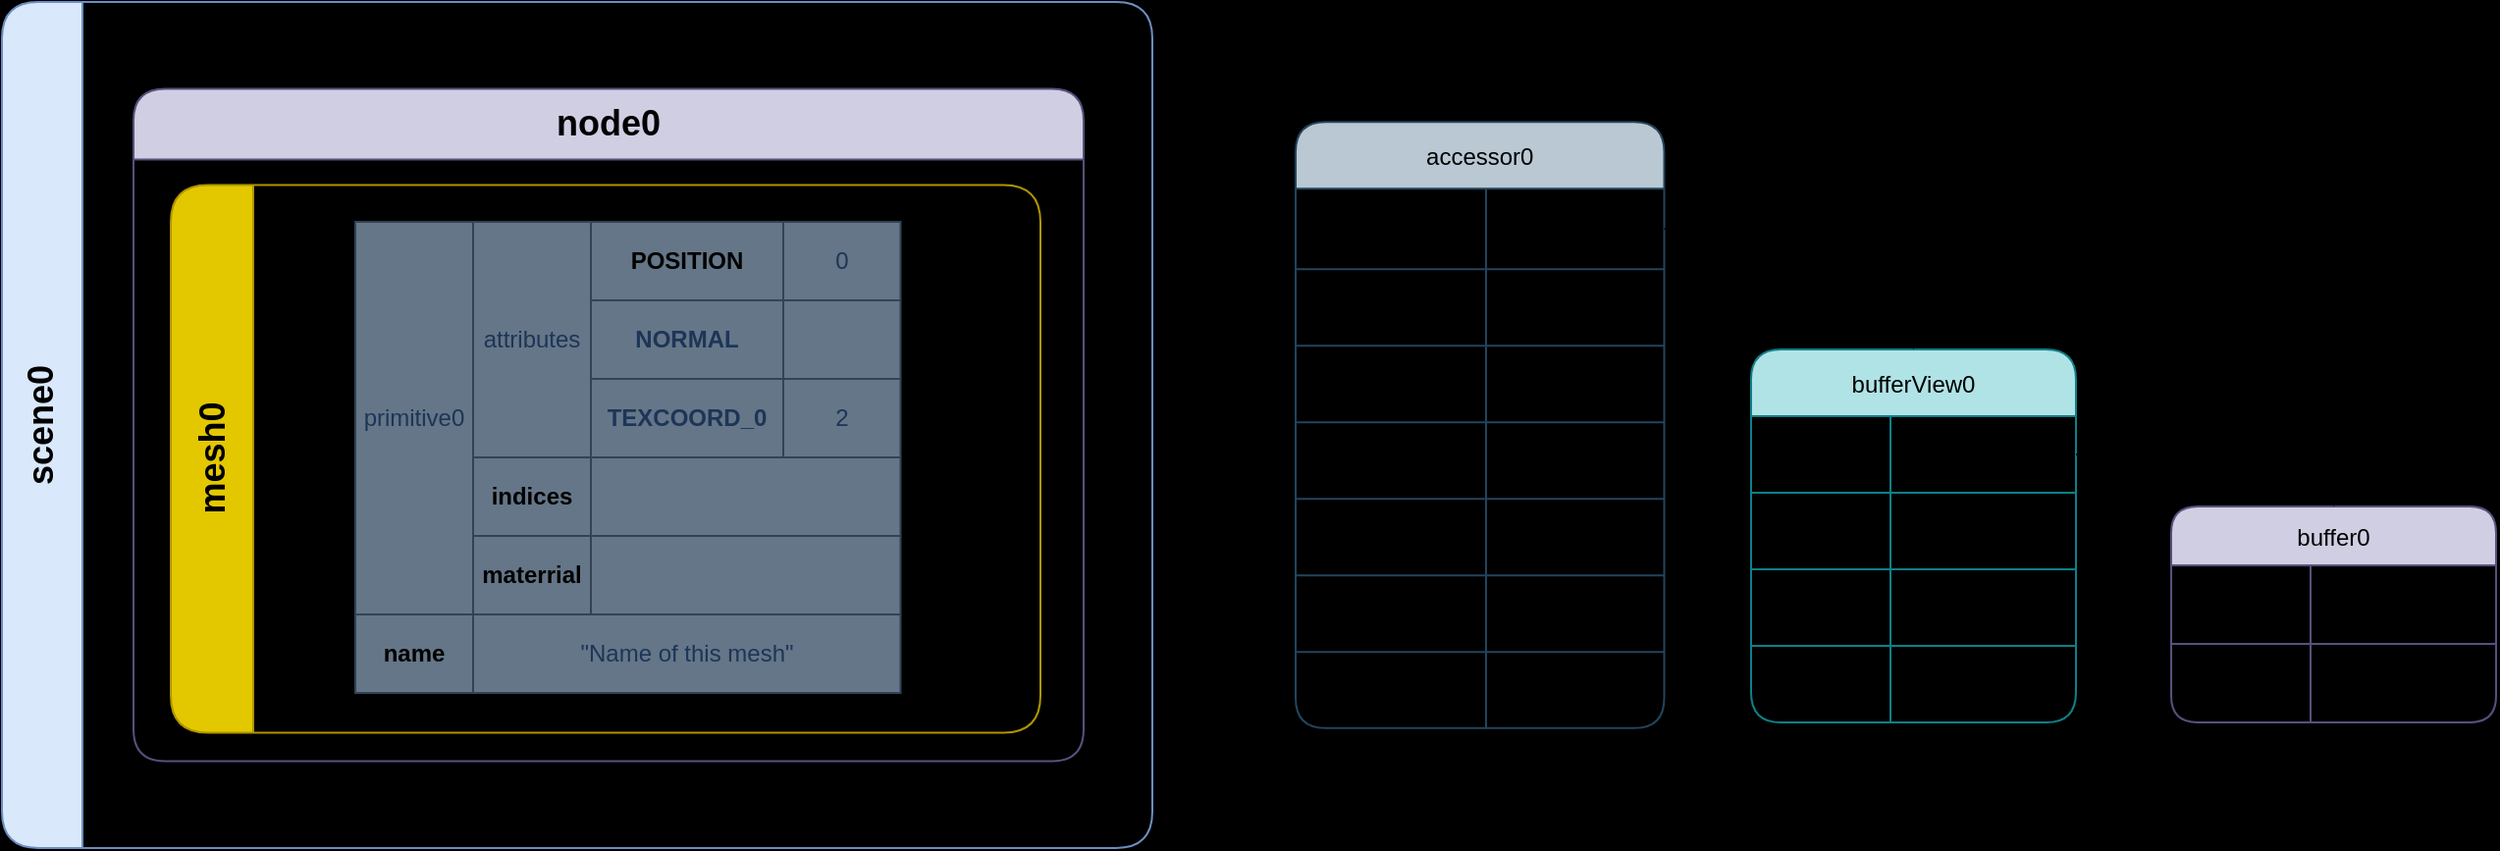
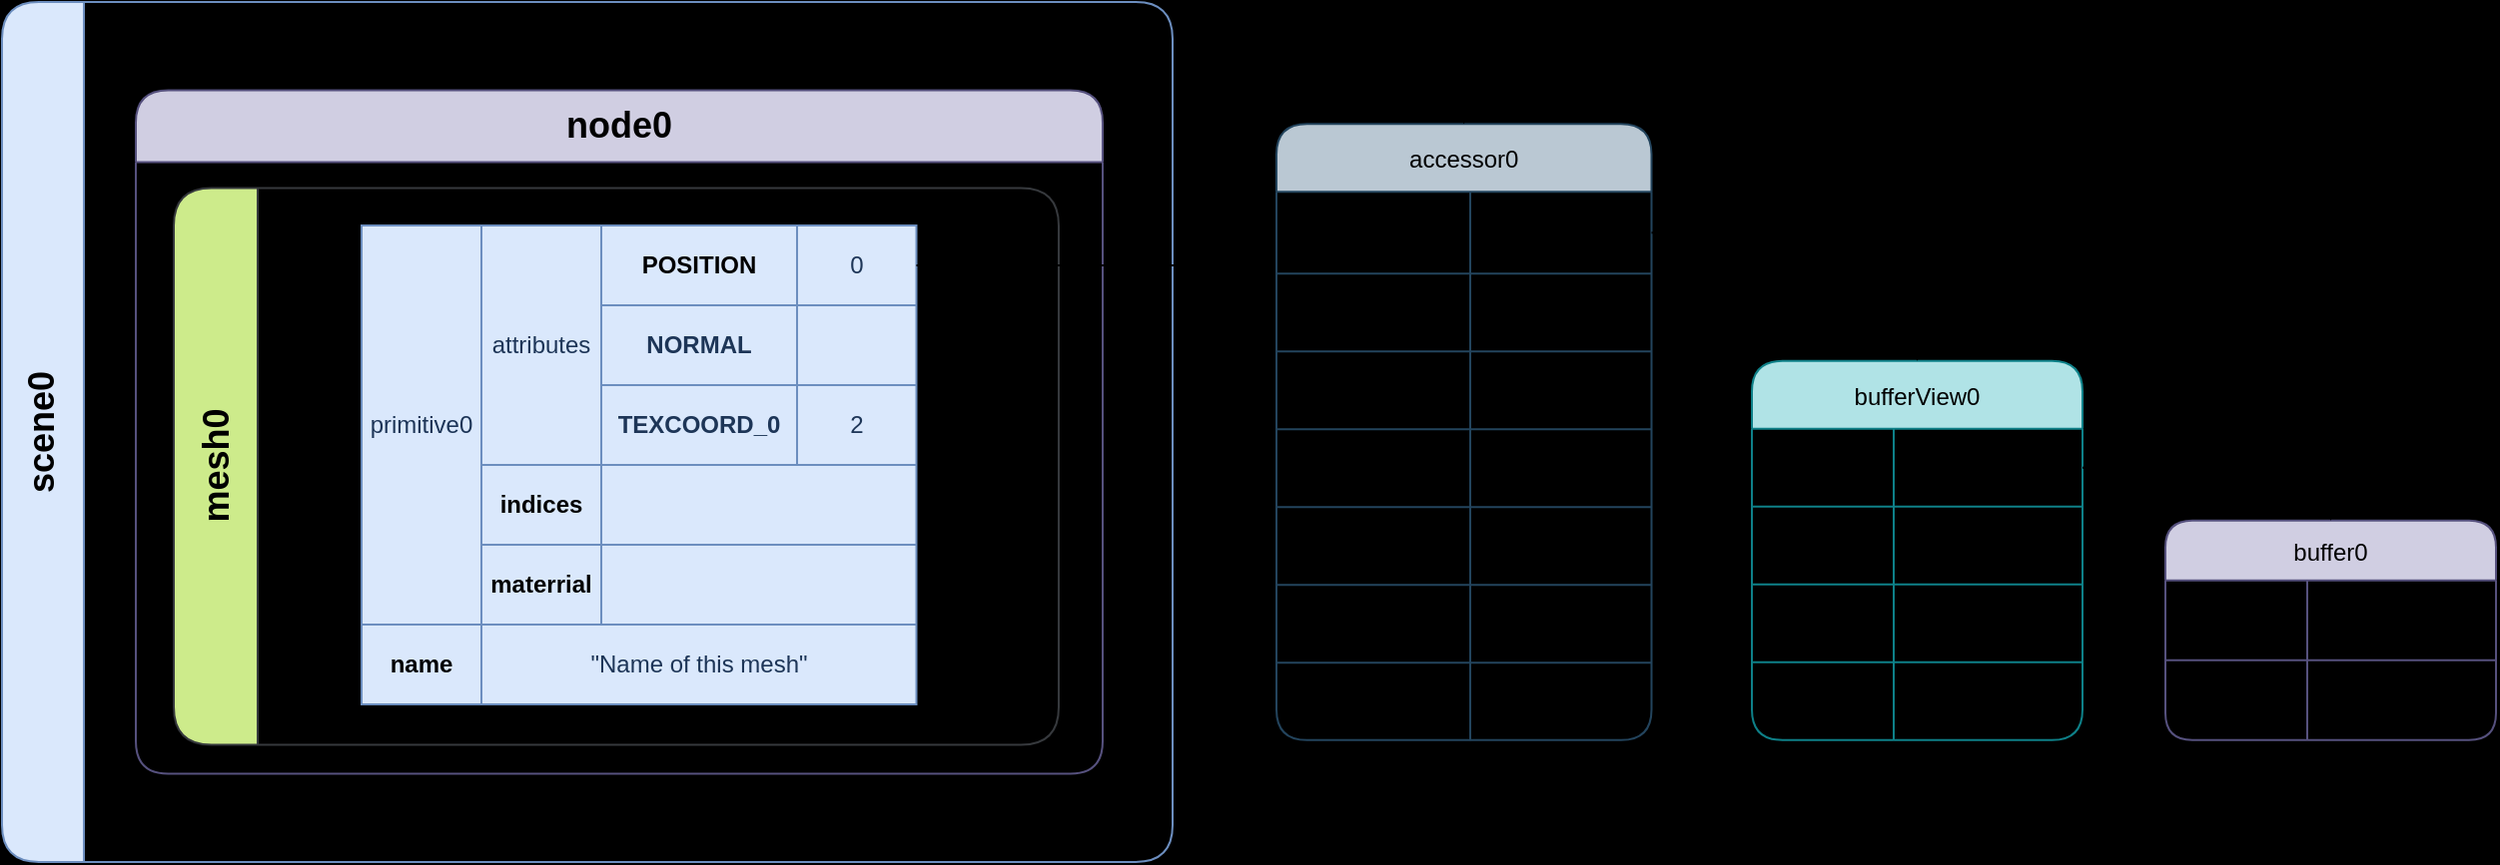
<mxfile host="app.diagrams.net">
  <diagram id="BZvedy4mBk2RI_J5c_5u" name="第 1 页">
-     <mxGraphModel dx="2672" dy="1342" grid="0" gridSize="10" guides="1" tooltips="1" connect="1" arrows="1" fold="1" page="0" pageScale="1" pageWidth="827" pageHeight="1169" background="light-dark(#000000,#2B2B2B)" math="0" shadow="0">
+     <mxGraphModel dx="2898" dy="1342" grid="0" gridSize="10" guides="1" tooltips="1" connect="1" arrows="1" fold="1" page="0" pageScale="1" pageWidth="827" pageHeight="1169" background="light-dark(#000000,#2B2B2B)" math="0" shadow="0">
      <root>
        <mxCell id="0" />
        <mxCell id="1" parent="0" />
        <mxCell id="-Ds3_SINnqwqFCvs20sv-1" parent="1" style="shape=table;startSize=30;container=1;collapsible=0;childLayout=tableLayout;fixedHeader=1;fillColor=#d0cee2;strokeColor=#56517e;rounded=1;fontColor=light-dark(#000000,#66FFB3);" value="buffer0" vertex="1">
-           <mxGeometry height="110" width="165.5" x="9" y="255" as="geometry" />
+           <mxGeometry height="110" width="165.5" x="-13" y="257.87" as="geometry" />
        </mxCell>
        <mxCell id="-Ds3_SINnqwqFCvs20sv-2" parent="-Ds3_SINnqwqFCvs20sv-1" style="shape=tableRow;horizontal=0;startSize=0;swimlaneHead=0;swimlaneBody=0;strokeColor=inherit;top=0;left=0;bottom=0;right=0;collapsible=0;dropTarget=0;fillColor=none;points=[[0,0.5],[1,0.5]];portConstraint=eastwest;fixedHeader=1;rounded=1;" value="" vertex="1">
          <mxGeometry height="40" width="165.5" y="30" as="geometry" />
        </mxCell>
        <mxCell id="-Ds3_SINnqwqFCvs20sv-3" parent="-Ds3_SINnqwqFCvs20sv-2" style="shape=partialRectangle;html=1;whiteSpace=wrap;connectable=0;strokeColor=inherit;overflow=hidden;fillColor=none;top=0;left=0;bottom=0;right=0;pointerEvents=1;align=center;rounded=1;fontColor=light-dark(#000000,#20C2B5);" value="uri" vertex="1">
          <mxGeometry height="40" width="71" as="geometry">
            <mxRectangle height="40" width="71" as="alternateBounds" />
          </mxGeometry>
        </mxCell>
        <mxCell id="-Ds3_SINnqwqFCvs20sv-4" parent="-Ds3_SINnqwqFCvs20sv-2" style="shape=partialRectangle;html=1;whiteSpace=wrap;connectable=0;strokeColor=inherit;overflow=hidden;fillColor=none;top=0;left=0;bottom=0;right=0;pointerEvents=1;rounded=1;fontColor=light-dark(#000000,#ACB7C4);" value="data:URL" vertex="1">
          <mxGeometry height="40" width="95" x="71" as="geometry">
            <mxRectangle height="40" width="95" as="alternateBounds" />
          </mxGeometry>
        </mxCell>
        <mxCell id="-Ds3_SINnqwqFCvs20sv-5" parent="-Ds3_SINnqwqFCvs20sv-1" style="shape=tableRow;horizontal=0;startSize=0;swimlaneHead=0;swimlaneBody=0;strokeColor=inherit;top=0;left=0;bottom=0;right=0;collapsible=0;dropTarget=0;fillColor=none;points=[[0,0.5],[1,0.5]];portConstraint=eastwest;fixedHeader=1;rounded=1;" value="" vertex="1">
          <mxGeometry height="40" width="165.5" y="70" as="geometry" />
        </mxCell>
        <mxCell id="-Ds3_SINnqwqFCvs20sv-6" parent="-Ds3_SINnqwqFCvs20sv-5" style="shape=partialRectangle;html=1;whiteSpace=wrap;connectable=0;strokeColor=inherit;overflow=hidden;fillColor=none;top=0;left=0;bottom=0;right=0;pointerEvents=1;align=center;rounded=1;fontColor=light-dark(#000000,#20C2B5);" value="byteLength" vertex="1">
          <mxGeometry height="40" width="71" as="geometry">
            <mxRectangle height="40" width="71" as="alternateBounds" />
          </mxGeometry>
        </mxCell>
        <mxCell id="-Ds3_SINnqwqFCvs20sv-7" parent="-Ds3_SINnqwqFCvs20sv-5" style="shape=partialRectangle;html=1;whiteSpace=wrap;connectable=0;strokeColor=inherit;overflow=hidden;fillColor=none;top=0;left=0;bottom=0;right=0;pointerEvents=1;rounded=1;fontColor=light-dark(#000000,#ACB7C4);" value="36" vertex="1">
          <mxGeometry height="40" width="95" x="71" as="geometry">
            <mxRectangle height="40" width="95" as="alternateBounds" />
          </mxGeometry>
        </mxCell>
        <mxCell id="IMBELnrVSliVJA-H-ImH-1" parent="1" style="shape=table;startSize=34;container=1;collapsible=0;childLayout=tableLayout;fixedHeader=1;fillColor=#b0e3e6;strokeColor=#0e8088;rounded=1;fontColor=light-dark(#000000,#66FFB3);" value="bufferView0" vertex="1">
-           <mxGeometry height="190" width="165.5" x="-205" y="175" as="geometry" />
+           <mxGeometry height="190" width="165.5" x="-220" y="177.87" as="geometry" />
        </mxCell>
        <mxCell id="IMBELnrVSliVJA-H-ImH-2" parent="IMBELnrVSliVJA-H-ImH-1" style="shape=tableRow;horizontal=0;startSize=0;swimlaneHead=0;swimlaneBody=0;strokeColor=inherit;top=0;left=0;bottom=0;right=0;collapsible=0;dropTarget=0;fillColor=none;points=[[0,0.5],[1,0.5]];portConstraint=eastwest;fixedHeader=1;rounded=1;" value="" vertex="1">
          <mxGeometry height="39" width="165.5" y="34" as="geometry" />
        </mxCell>
        <mxCell id="IMBELnrVSliVJA-H-ImH-3" parent="IMBELnrVSliVJA-H-ImH-2" style="shape=partialRectangle;html=1;whiteSpace=wrap;connectable=0;strokeColor=inherit;overflow=hidden;fillColor=none;top=0;left=0;bottom=0;right=0;pointerEvents=1;align=center;rounded=1;fontColor=light-dark(#000000,#20C2B5);" value="buffer" vertex="1">
          <mxGeometry height="39" width="71" as="geometry">
            <mxRectangle height="39" width="71" as="alternateBounds" />
          </mxGeometry>
        </mxCell>
        <mxCell id="IMBELnrVSliVJA-H-ImH-4" parent="IMBELnrVSliVJA-H-ImH-2" style="shape=partialRectangle;html=1;whiteSpace=wrap;connectable=0;strokeColor=inherit;overflow=hidden;fillColor=none;top=0;left=0;bottom=0;right=0;pointerEvents=1;rounded=1;fontColor=light-dark(#000000,#ACB7C4);" value="0" vertex="1">
          <mxGeometry height="39" width="95" x="71" as="geometry">
            <mxRectangle height="39" width="95" as="alternateBounds" />
          </mxGeometry>
        </mxCell>
        <mxCell id="IMBELnrVSliVJA-H-ImH-5" parent="IMBELnrVSliVJA-H-ImH-1" style="shape=tableRow;horizontal=0;startSize=0;swimlaneHead=0;swimlaneBody=0;strokeColor=inherit;top=0;left=0;bottom=0;right=0;collapsible=0;dropTarget=0;fillColor=none;points=[[0,0.5],[1,0.5]];portConstraint=eastwest;fixedHeader=1;rounded=1;" value="" vertex="1">
          <mxGeometry height="39" width="165.5" y="73" as="geometry" />
        </mxCell>
        <mxCell id="IMBELnrVSliVJA-H-ImH-6" parent="IMBELnrVSliVJA-H-ImH-5" style="shape=partialRectangle;html=1;whiteSpace=wrap;connectable=0;strokeColor=inherit;overflow=hidden;fillColor=none;top=0;left=0;bottom=0;right=0;pointerEvents=1;align=center;rounded=1;fontColor=light-dark(#000000,#20C2B5);" value="byteOffset" vertex="1">
          <mxGeometry height="39" width="71" as="geometry">
            <mxRectangle height="39" width="71" as="alternateBounds" />
          </mxGeometry>
        </mxCell>
        <mxCell id="IMBELnrVSliVJA-H-ImH-7" parent="IMBELnrVSliVJA-H-ImH-5" style="shape=partialRectangle;html=1;whiteSpace=wrap;connectable=0;strokeColor=inherit;overflow=hidden;fillColor=none;top=0;left=0;bottom=0;right=0;pointerEvents=1;rounded=1;fontColor=light-dark(#000000,#ACB7C4);" value="0" vertex="1">
          <mxGeometry height="39" width="95" x="71" as="geometry">
            <mxRectangle height="39" width="95" as="alternateBounds" />
          </mxGeometry>
        </mxCell>
        <mxCell id="IMBELnrVSliVJA-H-ImH-8" parent="IMBELnrVSliVJA-H-ImH-1" style="shape=tableRow;horizontal=0;startSize=0;swimlaneHead=0;swimlaneBody=0;strokeColor=inherit;top=0;left=0;bottom=0;right=0;collapsible=0;dropTarget=0;fillColor=none;points=[[0,0.5],[1,0.5]];portConstraint=eastwest;fixedHeader=1;rounded=1;" vertex="1">
          <mxGeometry height="39" width="165.5" y="112" as="geometry" />
        </mxCell>
        <mxCell id="IMBELnrVSliVJA-H-ImH-9" parent="IMBELnrVSliVJA-H-ImH-8" style="shape=partialRectangle;html=1;whiteSpace=wrap;connectable=0;strokeColor=inherit;overflow=hidden;fillColor=none;top=0;left=0;bottom=0;right=0;pointerEvents=1;align=center;rounded=1;fontColor=light-dark(#000000,#20C2B5);" value="byteLength" vertex="1">
          <mxGeometry height="39" width="71" as="geometry">
            <mxRectangle height="39" width="71" as="alternateBounds" />
          </mxGeometry>
        </mxCell>
        <mxCell id="IMBELnrVSliVJA-H-ImH-10" parent="IMBELnrVSliVJA-H-ImH-8" style="shape=partialRectangle;html=1;whiteSpace=wrap;connectable=0;strokeColor=inherit;overflow=hidden;fillColor=none;top=0;left=0;bottom=0;right=0;pointerEvents=1;rounded=1;fontColor=light-dark(#000000,#ACB7C4);" value="36" vertex="1">
          <mxGeometry height="39" width="95" x="71" as="geometry">
            <mxRectangle height="39" width="95" as="alternateBounds" />
          </mxGeometry>
        </mxCell>
        <mxCell id="IMBELnrVSliVJA-H-ImH-11" parent="IMBELnrVSliVJA-H-ImH-1" style="shape=tableRow;horizontal=0;startSize=0;swimlaneHead=0;swimlaneBody=0;strokeColor=inherit;top=0;left=0;bottom=0;right=0;collapsible=0;dropTarget=0;fillColor=none;points=[[0,0.5],[1,0.5]];portConstraint=eastwest;fixedHeader=1;rounded=1;" vertex="1">
          <mxGeometry height="39" width="165.5" y="151" as="geometry" />
        </mxCell>
        <mxCell id="IMBELnrVSliVJA-H-ImH-12" parent="IMBELnrVSliVJA-H-ImH-11" style="shape=partialRectangle;html=1;whiteSpace=wrap;connectable=0;strokeColor=inherit;overflow=hidden;fillColor=none;top=0;left=0;bottom=0;right=0;pointerEvents=1;align=center;rounded=1;fontColor=light-dark(#000000,#20C2B5);" value="target" vertex="1">
          <mxGeometry height="39" width="71" as="geometry">
            <mxRectangle height="39" width="71" as="alternateBounds" />
          </mxGeometry>
        </mxCell>
        <mxCell id="IMBELnrVSliVJA-H-ImH-13" parent="IMBELnrVSliVJA-H-ImH-11" style="shape=partialRectangle;html=1;whiteSpace=wrap;connectable=0;strokeColor=inherit;overflow=hidden;fillColor=none;top=0;left=0;bottom=0;right=0;pointerEvents=1;rounded=1;fontColor=light-dark(#000000,#ACB7C4);" value="34962" vertex="1">
          <mxGeometry height="39" width="95" x="71" as="geometry">
            <mxRectangle height="39" width="95" as="alternateBounds" />
          </mxGeometry>
        </mxCell>
        <mxCell id="IMBELnrVSliVJA-H-ImH-16" parent="1" style="shape=table;startSize=34;container=1;collapsible=0;childLayout=tableLayout;fixedHeader=1;fillColor=#bac8d3;strokeColor=#23445d;rounded=1;fontColor=light-dark(#000000,#66FFB3);" value="accessor0" vertex="1">
-           <mxGeometry height="308.75" width="187.75" x="-437" y="59.129999999999995" as="geometry" />
+           <mxGeometry height="308.75" width="187.75" x="-458" y="59.12" as="geometry" />
        </mxCell>
        <mxCell id="IMBELnrVSliVJA-H-ImH-17" parent="IMBELnrVSliVJA-H-ImH-16" style="shape=tableRow;horizontal=0;startSize=0;swimlaneHead=0;swimlaneBody=0;strokeColor=inherit;top=0;left=0;bottom=0;right=0;collapsible=0;dropTarget=0;fillColor=none;points=[[0,0.5],[1,0.5]];portConstraint=eastwest;fixedHeader=1;rounded=1;" value="" vertex="1">
          <mxGeometry height="41" width="187.75" y="34" as="geometry" />
        </mxCell>
        <mxCell id="IMBELnrVSliVJA-H-ImH-18" parent="IMBELnrVSliVJA-H-ImH-17" style="shape=partialRectangle;html=1;whiteSpace=wrap;connectable=0;strokeColor=inherit;overflow=hidden;fillColor=none;top=0;left=0;bottom=0;right=0;pointerEvents=1;align=center;rounded=1;fontColor=light-dark(#000000,#20C2B5);fontStyle=1" value="&lt;span style=&quot;&quot;&gt;bufferView&lt;/span&gt;" vertex="1">
          <mxGeometry height="41" width="97" as="geometry">
            <mxRectangle height="41" width="97" as="alternateBounds" />
          </mxGeometry>
        </mxCell>
        <mxCell id="IMBELnrVSliVJA-H-ImH-19" parent="IMBELnrVSliVJA-H-ImH-17" style="shape=partialRectangle;html=1;whiteSpace=wrap;connectable=0;strokeColor=inherit;overflow=hidden;fillColor=none;top=0;left=0;bottom=0;right=0;pointerEvents=1;rounded=1;fontColor=light-dark(#000000,#ACB7C4);" value="0" vertex="1">
          <mxGeometry height="41" width="91" x="97" as="geometry">
            <mxRectangle height="41" width="91" as="alternateBounds" />
          </mxGeometry>
        </mxCell>
        <mxCell id="IMBELnrVSliVJA-H-ImH-20" parent="IMBELnrVSliVJA-H-ImH-16" style="shape=tableRow;horizontal=0;startSize=0;swimlaneHead=0;swimlaneBody=0;strokeColor=inherit;top=0;left=0;bottom=0;right=0;collapsible=0;dropTarget=0;fillColor=none;points=[[0,0.5],[1,0.5]];portConstraint=eastwest;fixedHeader=1;rounded=1;" value="" vertex="1">
          <mxGeometry height="39" width="187.75" y="75" as="geometry" />
        </mxCell>
        <mxCell id="IMBELnrVSliVJA-H-ImH-21" parent="IMBELnrVSliVJA-H-ImH-20" style="shape=partialRectangle;html=1;whiteSpace=wrap;connectable=0;strokeColor=inherit;overflow=hidden;fillColor=none;top=0;left=0;bottom=0;right=0;pointerEvents=1;align=center;rounded=1;fontColor=light-dark(#000000,#20C2B5);" value="byteOffset" vertex="1">
          <mxGeometry height="39" width="97" as="geometry">
            <mxRectangle height="39" width="97" as="alternateBounds" />
          </mxGeometry>
        </mxCell>
        <mxCell id="IMBELnrVSliVJA-H-ImH-22" parent="IMBELnrVSliVJA-H-ImH-20" style="shape=partialRectangle;html=1;whiteSpace=wrap;connectable=0;strokeColor=inherit;overflow=hidden;fillColor=none;top=0;left=0;bottom=0;right=0;pointerEvents=1;rounded=1;fontColor=light-dark(#000000,#ACB7C4);" value="0" vertex="1">
          <mxGeometry height="39" width="91" x="97" as="geometry">
            <mxRectangle height="39" width="91" as="alternateBounds" />
          </mxGeometry>
        </mxCell>
        <mxCell id="IMBELnrVSliVJA-H-ImH-23" parent="IMBELnrVSliVJA-H-ImH-16" style="shape=tableRow;horizontal=0;startSize=0;swimlaneHead=0;swimlaneBody=0;strokeColor=inherit;top=0;left=0;bottom=0;right=0;collapsible=0;dropTarget=0;fillColor=none;points=[[0,0.5],[1,0.5]];portConstraint=eastwest;fixedHeader=1;rounded=1;" vertex="1">
          <mxGeometry height="39" width="187.75" y="114" as="geometry" />
        </mxCell>
        <mxCell id="IMBELnrVSliVJA-H-ImH-24" parent="IMBELnrVSliVJA-H-ImH-23" style="shape=partialRectangle;html=1;whiteSpace=wrap;connectable=0;strokeColor=inherit;overflow=hidden;fillColor=none;top=0;left=0;bottom=0;right=0;pointerEvents=1;align=center;rounded=1;fontColor=light-dark(#000000,#20C2B5);" value="componentType" vertex="1">
          <mxGeometry height="39" width="97" as="geometry">
            <mxRectangle height="39" width="97" as="alternateBounds" />
          </mxGeometry>
        </mxCell>
        <mxCell id="IMBELnrVSliVJA-H-ImH-25" parent="IMBELnrVSliVJA-H-ImH-23" style="shape=partialRectangle;html=1;whiteSpace=wrap;connectable=0;strokeColor=inherit;overflow=hidden;fillColor=none;top=0;left=0;bottom=0;right=0;pointerEvents=1;rounded=1;fontColor=light-dark(#000000,#ACB7C4);" value="5126" vertex="1">
          <mxGeometry height="39" width="91" x="97" as="geometry">
            <mxRectangle height="39" width="91" as="alternateBounds" />
          </mxGeometry>
        </mxCell>
        <mxCell id="IMBELnrVSliVJA-H-ImH-26" parent="IMBELnrVSliVJA-H-ImH-16" style="shape=tableRow;horizontal=0;startSize=0;swimlaneHead=0;swimlaneBody=0;strokeColor=inherit;top=0;left=0;bottom=0;right=0;collapsible=0;dropTarget=0;fillColor=none;points=[[0,0.5],[1,0.5]];portConstraint=eastwest;fixedHeader=1;rounded=1;" vertex="1">
          <mxGeometry height="39" width="187.75" y="153" as="geometry" />
        </mxCell>
        <mxCell id="IMBELnrVSliVJA-H-ImH-27" parent="IMBELnrVSliVJA-H-ImH-26" style="shape=partialRectangle;html=1;whiteSpace=wrap;connectable=0;strokeColor=inherit;overflow=hidden;fillColor=none;top=0;left=0;bottom=0;right=0;pointerEvents=1;align=center;rounded=1;fontColor=light-dark(#000000,#20C2B5);" value="count" vertex="1">
          <mxGeometry height="39" width="97" as="geometry">
            <mxRectangle height="39" width="97" as="alternateBounds" />
          </mxGeometry>
        </mxCell>
        <mxCell id="IMBELnrVSliVJA-H-ImH-28" parent="IMBELnrVSliVJA-H-ImH-26" style="shape=partialRectangle;html=1;whiteSpace=wrap;connectable=0;strokeColor=inherit;overflow=hidden;fillColor=none;top=0;left=0;bottom=0;right=0;pointerEvents=1;rounded=1;fontColor=light-dark(#000000,#ACB7C4);" value="3" vertex="1">
          <mxGeometry height="39" width="91" x="97" as="geometry">
            <mxRectangle height="39" width="91" as="alternateBounds" />
          </mxGeometry>
        </mxCell>
        <mxCell id="IMBELnrVSliVJA-H-ImH-29" parent="IMBELnrVSliVJA-H-ImH-16" style="shape=tableRow;horizontal=0;startSize=0;swimlaneHead=0;swimlaneBody=0;strokeColor=inherit;top=0;left=0;bottom=0;right=0;collapsible=0;dropTarget=0;fillColor=none;points=[[0,0.5],[1,0.5]];portConstraint=eastwest;fixedHeader=1;rounded=1;" vertex="1">
          <mxGeometry height="39" width="187.75" y="192" as="geometry" />
        </mxCell>
        <mxCell id="IMBELnrVSliVJA-H-ImH-30" parent="IMBELnrVSliVJA-H-ImH-29" style="shape=partialRectangle;html=1;whiteSpace=wrap;connectable=0;strokeColor=inherit;overflow=hidden;fillColor=none;top=0;left=0;bottom=0;right=0;pointerEvents=1;align=center;rounded=1;fontColor=light-dark(#000000,#20C2B5);" value="type" vertex="1">
          <mxGeometry height="39" width="97" as="geometry">
            <mxRectangle height="39" width="97" as="alternateBounds" />
          </mxGeometry>
        </mxCell>
        <mxCell id="IMBELnrVSliVJA-H-ImH-31" parent="IMBELnrVSliVJA-H-ImH-29" style="shape=partialRectangle;html=1;whiteSpace=wrap;connectable=0;strokeColor=inherit;overflow=hidden;fillColor=none;top=0;left=0;bottom=0;right=0;pointerEvents=1;rounded=1;fontColor=light-dark(#000000,#ACB7C4);" value="&quot;VEC3&quot;" vertex="1">
          <mxGeometry height="39" width="91" x="97" as="geometry">
            <mxRectangle height="39" width="91" as="alternateBounds" />
          </mxGeometry>
        </mxCell>
        <mxCell id="IMBELnrVSliVJA-H-ImH-32" parent="IMBELnrVSliVJA-H-ImH-16" style="shape=tableRow;horizontal=0;startSize=0;swimlaneHead=0;swimlaneBody=0;strokeColor=inherit;top=0;left=0;bottom=0;right=0;collapsible=0;dropTarget=0;fillColor=none;points=[[0,0.5],[1,0.5]];portConstraint=eastwest;fixedHeader=1;rounded=1;" vertex="1">
          <mxGeometry height="39" width="187.75" y="231" as="geometry" />
        </mxCell>
        <mxCell id="IMBELnrVSliVJA-H-ImH-33" parent="IMBELnrVSliVJA-H-ImH-32" style="shape=partialRectangle;html=1;whiteSpace=wrap;connectable=0;strokeColor=inherit;overflow=hidden;fillColor=none;top=0;left=0;bottom=0;right=0;pointerEvents=1;align=center;rounded=1;fontColor=light-dark(#000000,#20C2B5);" value="max" vertex="1">
          <mxGeometry height="39" width="97" as="geometry">
            <mxRectangle height="39" width="97" as="alternateBounds" />
          </mxGeometry>
        </mxCell>
        <mxCell id="IMBELnrVSliVJA-H-ImH-34" parent="IMBELnrVSliVJA-H-ImH-32" style="shape=partialRectangle;html=1;whiteSpace=wrap;connectable=0;strokeColor=inherit;overflow=hidden;fillColor=none;top=0;left=0;bottom=0;right=0;pointerEvents=1;rounded=1;fontColor=light-dark(#000000,#ACB7C4);" value="[1.0, 1.0, 0.0]" vertex="1">
          <mxGeometry height="39" width="91" x="97" as="geometry">
            <mxRectangle height="39" width="91" as="alternateBounds" />
          </mxGeometry>
        </mxCell>
        <mxCell id="IMBELnrVSliVJA-H-ImH-35" parent="IMBELnrVSliVJA-H-ImH-16" style="shape=tableRow;horizontal=0;startSize=0;swimlaneHead=0;swimlaneBody=0;strokeColor=inherit;top=0;left=0;bottom=0;right=0;collapsible=0;dropTarget=0;fillColor=none;points=[[0,0.5],[1,0.5]];portConstraint=eastwest;fixedHeader=1;rounded=1;" vertex="1">
          <mxGeometry height="39" width="187.75" y="270" as="geometry" />
        </mxCell>
        <mxCell id="IMBELnrVSliVJA-H-ImH-36" parent="IMBELnrVSliVJA-H-ImH-35" style="shape=partialRectangle;html=1;whiteSpace=wrap;connectable=0;strokeColor=inherit;overflow=hidden;fillColor=none;top=0;left=0;bottom=0;right=0;pointerEvents=1;align=center;rounded=1;fontColor=light-dark(#000000,#20C2B5);" value="min" vertex="1">
          <mxGeometry height="39" width="97" as="geometry">
            <mxRectangle height="39" width="97" as="alternateBounds" />
          </mxGeometry>
        </mxCell>
        <mxCell id="IMBELnrVSliVJA-H-ImH-37" parent="IMBELnrVSliVJA-H-ImH-35" style="shape=partialRectangle;html=1;whiteSpace=wrap;connectable=0;strokeColor=inherit;overflow=hidden;fillColor=none;top=0;left=0;bottom=0;right=0;pointerEvents=1;rounded=1;fontColor=light-dark(#000000,#ACB7C4);" value="[0.0, 1.0, 0.0]" vertex="1">
          <mxGeometry height="39" width="91" x="97" as="geometry">
            <mxRectangle height="39" width="91" as="alternateBounds" />
          </mxGeometry>
        </mxCell>
        <mxCell id="GIUIsMX7UZoavufT8lRc-2" parent="1" style="swimlane;horizontal=0;whiteSpace=wrap;html=1;fillColor=#dae8fc;strokeColor=#6c8ebf;rounded=1;startSize=41;gradientDirection=east;" value="&lt;span style=&quot;color: light-dark(rgb(0, 0, 0), rgb(102, 255, 179));&quot;&gt;&lt;font style=&quot;font-size: 18px;&quot;&gt;scene0&lt;/font&gt;&lt;/span&gt;" vertex="1">
          <mxGeometry height="431" width="586" x="-1096" y="-2" as="geometry" />
        </mxCell>
        <mxCell id="oYlXVEz9eKNw0EBKh330-92" parent="GIUIsMX7UZoavufT8lRc-2" style="swimlane;whiteSpace=wrap;html=1;startSize=36;strokeColor=#56517e;fillColor=#d0cee2;rounded=1;gradientColor=none;" value="&lt;font style=&quot;font-size: 18px; color: light-dark(rgb(0, 0, 0), rgb(102, 255, 179));&quot;&gt;node0&lt;/font&gt;" vertex="1">
          <mxGeometry height="342.5" width="484" x="67" y="44.25" as="geometry" />
        </mxCell>
-         <mxCell id="yEyvN-dxv5ZRYvW9oAyH-66" parent="oYlXVEz9eKNw0EBKh330-92" style="swimlane;horizontal=0;whiteSpace=wrap;html=1;rounded=1;startSize=42;fillColor=#e3c800;strokeColor=#B09500;swimlaneFillColor=none;fontColor=#000000;" value="&lt;span style=&quot;color: light-dark(rgb(0, 0, 0), rgb(102, 255, 179));&quot;&gt;&lt;font style=&quot;font-size: 18px;&quot;&gt;mesh0&lt;/font&gt;&lt;/span&gt;" vertex="1">
+         <mxCell id="yEyvN-dxv5ZRYvW9oAyH-66" parent="oYlXVEz9eKNw0EBKh330-92" style="swimlane;horizontal=0;whiteSpace=wrap;html=1;rounded=1;startSize=42;fillColor=#cdeb8b;strokeColor=#36393d;swimlaneFillColor=none;gradientDirection=south;" value="&lt;span style=&quot;color: light-dark(rgb(0, 0, 0), rgb(102, 255, 179));&quot;&gt;&lt;font style=&quot;font-size: 18px;&quot;&gt;mesh0&lt;/font&gt;&lt;/span&gt;" vertex="1">
          <mxGeometry height="279" width="443" x="19" y="49" as="geometry" />
        </mxCell>
        <mxCell id="2uxkReR1P5Ac1ZIC0d_Z-4" edge="1" parent="1" source="IMBELnrVSliVJA-H-ImH-17" style="edgeStyle=orthogonalEdgeStyle;rounded=1;orthogonalLoop=1;jettySize=auto;html=1;entryX=0.5;entryY=0;entryDx=0;entryDy=0;fontSize=12;startSize=8;endSize=8;strokeColor=light-dark(#000000,#FFB570);" target="IMBELnrVSliVJA-H-ImH-1">
          <mxGeometry relative="1" as="geometry" />
        </mxCell>
        <mxCell id="2uxkReR1P5Ac1ZIC0d_Z-5" edge="1" parent="1" source="IMBELnrVSliVJA-H-ImH-2" style="edgeStyle=orthogonalEdgeStyle;rounded=1;orthogonalLoop=1;jettySize=auto;html=1;entryX=0.5;entryY=0;entryDx=0;entryDy=0;fontSize=12;startSize=8;endSize=8;curved=0;strokeColor=light-dark(#000000,#FFB570);" target="-Ds3_SINnqwqFCvs20sv-1">
          <mxGeometry relative="1" as="geometry" />
        </mxCell>
-         <mxCell id="OGyqHwopQYcm-drxzkeR-19" parent="1" style="shape=table;startSize=0;container=1;collapsible=0;childLayout=tableLayout;fixedHeader=1;strokeColor=#314354;fillColor=#647687;fontColor=#ffffff;" value="" vertex="1">
+         <mxCell id="OGyqHwopQYcm-drxzkeR-19" parent="1" style="shape=table;startSize=0;container=1;collapsible=0;childLayout=tableLayout;fixedHeader=1;strokeColor=#6c8ebf;fillColor=#dae8fc;" value="" vertex="1">
          <mxGeometry height="240" width="277.75" x="-916" y="110" as="geometry" />
        </mxCell>
        <mxCell id="OGyqHwopQYcm-drxzkeR-20" parent="OGyqHwopQYcm-drxzkeR-19" style="shape=tableRow;horizontal=0;startSize=0;swimlaneHead=0;swimlaneBody=0;strokeColor=inherit;top=0;left=0;bottom=0;right=0;collapsible=0;dropTarget=0;fillColor=none;points=[[0,0.5],[1,0.5]];portConstraint=eastwest;fixedHeader=1;fontColor=#1D3557;" value="" vertex="1">
          <mxGeometry height="40" width="277.75" as="geometry" />
        </mxCell>
        <mxCell id="OGyqHwopQYcm-drxzkeR-21" parent="OGyqHwopQYcm-drxzkeR-20" style="shape=partialRectangle;html=1;whiteSpace=wrap;connectable=0;strokeColor=inherit;overflow=hidden;fillColor=none;top=0;left=0;bottom=0;right=0;pointerEvents=1;fontColor=#1D3557;rowspan=5;colspan=1;" value="primitive0" vertex="1">
          <mxGeometry height="200" width="60" as="geometry">
            <mxRectangle height="40" width="60" as="alternateBounds" />
          </mxGeometry>
        </mxCell>
        <mxCell id="OGyqHwopQYcm-drxzkeR-22" parent="OGyqHwopQYcm-drxzkeR-20" style="shape=partialRectangle;html=1;whiteSpace=wrap;connectable=0;strokeColor=inherit;overflow=hidden;fillColor=none;top=0;left=0;bottom=0;right=0;pointerEvents=1;fontColor=#1D3557;rowspan=3;colspan=1;" value="attributes" vertex="1">
          <mxGeometry height="120" width="60" x="60" as="geometry">
            <mxRectangle height="40" width="60" as="alternateBounds" />
          </mxGeometry>
        </mxCell>
        <mxCell id="OGyqHwopQYcm-drxzkeR-23" parent="OGyqHwopQYcm-drxzkeR-20" style="shape=partialRectangle;html=1;whiteSpace=wrap;connectable=0;strokeColor=inherit;overflow=hidden;fillColor=none;top=0;left=0;bottom=0;right=0;pointerEvents=1;fontColor=#1D3557;" value="&lt;b style=&quot;color: light-dark(rgb(0, 0, 0), rgb(32, 194, 181));&quot;&gt;POSITION&lt;/b&gt;" vertex="1">
          <mxGeometry height="40" width="98" x="120" as="geometry">
            <mxRectangle height="40" width="98" as="alternateBounds" />
          </mxGeometry>
        </mxCell>
        <mxCell id="OGyqHwopQYcm-drxzkeR-28" parent="OGyqHwopQYcm-drxzkeR-20" style="shape=partialRectangle;html=1;whiteSpace=wrap;connectable=0;strokeColor=inherit;overflow=hidden;fillColor=none;top=0;left=0;bottom=0;right=0;pointerEvents=1;fontColor=#1D3557;" value="0" vertex="1">
          <mxGeometry height="40" width="60" x="218" as="geometry">
            <mxRectangle height="40" width="60" as="alternateBounds" />
          </mxGeometry>
        </mxCell>
        <mxCell id="OGyqHwopQYcm-drxzkeR-24" parent="OGyqHwopQYcm-drxzkeR-19" style="shape=tableRow;horizontal=0;startSize=0;swimlaneHead=0;swimlaneBody=0;strokeColor=inherit;top=0;left=0;bottom=0;right=0;collapsible=0;dropTarget=0;fillColor=none;points=[[0,0.5],[1,0.5]];portConstraint=eastwest;fixedHeader=1;fontColor=#1D3557;" value="" vertex="1">
          <mxGeometry height="40" width="277.75" y="40" as="geometry" />
        </mxCell>
        <mxCell id="OGyqHwopQYcm-drxzkeR-25" parent="OGyqHwopQYcm-drxzkeR-24" style="shape=partialRectangle;html=1;whiteSpace=wrap;connectable=0;strokeColor=inherit;overflow=hidden;fillColor=none;top=0;left=0;bottom=0;right=0;pointerEvents=1;fontColor=#1D3557;" value="" vertex="1" visible="0">
          <mxGeometry height="40" width="60" as="geometry">
            <mxRectangle height="40" width="60" as="alternateBounds" />
          </mxGeometry>
        </mxCell>
        <mxCell id="OGyqHwopQYcm-drxzkeR-26" parent="OGyqHwopQYcm-drxzkeR-24" style="shape=partialRectangle;html=1;whiteSpace=wrap;connectable=0;strokeColor=inherit;overflow=hidden;fillColor=none;top=0;left=0;bottom=0;right=0;pointerEvents=1;fontColor=#1D3557;" value="" vertex="1" visible="0">
          <mxGeometry height="40" width="60" x="60" as="geometry">
            <mxRectangle height="40" width="60" as="alternateBounds" />
          </mxGeometry>
        </mxCell>
        <mxCell id="OGyqHwopQYcm-drxzkeR-27" parent="OGyqHwopQYcm-drxzkeR-24" style="shape=partialRectangle;html=1;whiteSpace=wrap;connectable=0;strokeColor=inherit;overflow=hidden;fillColor=none;top=0;left=0;bottom=0;right=0;pointerEvents=1;fontColor=light-dark(#1D3557,#20C2B5);align=center;verticalAlign=middle;fontFamily=Helvetica;fontSize=12;fontStyle=1;" value="NORMAL" vertex="1">
          <mxGeometry height="40" width="98" x="120" as="geometry">
            <mxRectangle height="40" width="98" as="alternateBounds" />
          </mxGeometry>
        </mxCell>
        <mxCell id="OGyqHwopQYcm-drxzkeR-29" parent="OGyqHwopQYcm-drxzkeR-24" style="shape=partialRectangle;html=1;whiteSpace=wrap;connectable=0;strokeColor=inherit;overflow=hidden;fillColor=none;top=0;left=0;bottom=0;right=0;pointerEvents=1;fontColor=#1D3557;" value="" vertex="1">
          <mxGeometry height="40" width="60" x="218" as="geometry">
            <mxRectangle height="40" width="60" as="alternateBounds" />
          </mxGeometry>
        </mxCell>
        <mxCell id="OGyqHwopQYcm-drxzkeR-31" parent="OGyqHwopQYcm-drxzkeR-19" style="shape=tableRow;horizontal=0;startSize=0;swimlaneHead=0;swimlaneBody=0;strokeColor=inherit;top=0;left=0;bottom=0;right=0;collapsible=0;dropTarget=0;fillColor=none;points=[[0,0.5],[1,0.5]];portConstraint=eastwest;fixedHeader=1;fontColor=#1D3557;" vertex="1">
          <mxGeometry height="40" width="277.75" y="80" as="geometry" />
        </mxCell>
        <mxCell id="OGyqHwopQYcm-drxzkeR-32" parent="OGyqHwopQYcm-drxzkeR-31" style="shape=partialRectangle;html=1;whiteSpace=wrap;connectable=0;strokeColor=inherit;overflow=hidden;fillColor=none;top=0;left=0;bottom=0;right=0;pointerEvents=1;fontColor=#1D3557;" vertex="1" visible="0">
          <mxGeometry height="40" width="60" as="geometry">
            <mxRectangle height="40" width="60" as="alternateBounds" />
          </mxGeometry>
        </mxCell>
        <mxCell id="OGyqHwopQYcm-drxzkeR-33" parent="OGyqHwopQYcm-drxzkeR-31" style="shape=partialRectangle;html=1;whiteSpace=wrap;connectable=0;strokeColor=inherit;overflow=hidden;fillColor=none;top=0;left=0;bottom=0;right=0;pointerEvents=1;fontColor=#1D3557;" vertex="1" visible="0">
          <mxGeometry height="40" width="60" x="60" as="geometry">
            <mxRectangle height="40" width="60" as="alternateBounds" />
          </mxGeometry>
        </mxCell>
        <mxCell id="OGyqHwopQYcm-drxzkeR-34" parent="OGyqHwopQYcm-drxzkeR-31" style="shape=partialRectangle;html=1;whiteSpace=wrap;connectable=0;strokeColor=inherit;overflow=hidden;fillColor=none;top=0;left=0;bottom=0;right=0;pointerEvents=1;fontColor=light-dark(#1D3557,#20C2B5);fontStyle=1" value="TEXCOORD_0" vertex="1">
          <mxGeometry height="40" width="98" x="120" as="geometry">
            <mxRectangle height="40" width="98" as="alternateBounds" />
          </mxGeometry>
        </mxCell>
        <mxCell id="OGyqHwopQYcm-drxzkeR-35" parent="OGyqHwopQYcm-drxzkeR-31" style="shape=partialRectangle;html=1;whiteSpace=wrap;connectable=0;strokeColor=inherit;overflow=hidden;fillColor=none;top=0;left=0;bottom=0;right=0;pointerEvents=1;fontColor=#1D3557;" value="2" vertex="1">
          <mxGeometry height="40" width="60" x="218" as="geometry">
            <mxRectangle height="40" width="60" as="alternateBounds" />
          </mxGeometry>
        </mxCell>
        <mxCell id="OGyqHwopQYcm-drxzkeR-36" parent="OGyqHwopQYcm-drxzkeR-19" style="shape=tableRow;horizontal=0;startSize=0;swimlaneHead=0;swimlaneBody=0;strokeColor=inherit;top=0;left=0;bottom=0;right=0;collapsible=0;dropTarget=0;fillColor=none;points=[[0,0.5],[1,0.5]];portConstraint=eastwest;fixedHeader=1;fontColor=#1D3557;" vertex="1">
          <mxGeometry height="40" width="277.75" y="120" as="geometry" />
        </mxCell>
        <mxCell id="OGyqHwopQYcm-drxzkeR-37" parent="OGyqHwopQYcm-drxzkeR-36" style="shape=partialRectangle;html=1;whiteSpace=wrap;connectable=0;strokeColor=inherit;overflow=hidden;fillColor=none;top=0;left=0;bottom=0;right=0;pointerEvents=1;fontColor=#1D3557;" vertex="1" visible="0">
          <mxGeometry height="40" width="60" as="geometry">
            <mxRectangle height="40" width="60" as="alternateBounds" />
          </mxGeometry>
        </mxCell>
        <mxCell id="OGyqHwopQYcm-drxzkeR-38" parent="OGyqHwopQYcm-drxzkeR-36" style="shape=partialRectangle;html=1;whiteSpace=wrap;connectable=0;strokeColor=inherit;overflow=hidden;fillColor=none;top=0;left=0;bottom=0;right=0;pointerEvents=1;fontColor=light-dark(#000000,#20C2B5);fontStyle=1" value="indices" vertex="1">
          <mxGeometry height="40" width="60" x="60" as="geometry">
            <mxRectangle height="40" width="60" as="alternateBounds" />
          </mxGeometry>
        </mxCell>
        <mxCell id="OGyqHwopQYcm-drxzkeR-39" parent="OGyqHwopQYcm-drxzkeR-36" style="shape=partialRectangle;html=1;whiteSpace=wrap;connectable=0;strokeColor=inherit;overflow=hidden;fillColor=none;top=0;left=0;bottom=0;right=0;pointerEvents=1;fontColor=#1D3557;rowspan=1;colspan=2;" value="" vertex="1">
          <mxGeometry height="40" width="158" x="120" as="geometry">
            <mxRectangle height="40" width="98" as="alternateBounds" />
          </mxGeometry>
        </mxCell>
        <mxCell id="OGyqHwopQYcm-drxzkeR-40" parent="OGyqHwopQYcm-drxzkeR-36" style="shape=partialRectangle;html=1;whiteSpace=wrap;connectable=0;strokeColor=inherit;overflow=hidden;fillColor=none;top=0;left=0;bottom=0;right=0;pointerEvents=1;fontColor=#1D3557;" vertex="1" visible="0">
          <mxGeometry height="40" width="60" x="218" as="geometry">
            <mxRectangle height="40" width="60" as="alternateBounds" />
          </mxGeometry>
        </mxCell>
        <mxCell id="OGyqHwopQYcm-drxzkeR-41" parent="OGyqHwopQYcm-drxzkeR-19" style="shape=tableRow;horizontal=0;startSize=0;swimlaneHead=0;swimlaneBody=0;strokeColor=inherit;top=0;left=0;bottom=0;right=0;collapsible=0;dropTarget=0;fillColor=none;points=[[0,0.5],[1,0.5]];portConstraint=eastwest;fixedHeader=1;fontColor=#1D3557;" vertex="1">
          <mxGeometry height="40" width="277.75" y="160" as="geometry" />
        </mxCell>
        <mxCell id="OGyqHwopQYcm-drxzkeR-42" parent="OGyqHwopQYcm-drxzkeR-41" style="shape=partialRectangle;html=1;whiteSpace=wrap;connectable=0;strokeColor=inherit;overflow=hidden;fillColor=none;top=0;left=0;bottom=0;right=0;pointerEvents=1;fontColor=#1D3557;" vertex="1" visible="0">
          <mxGeometry height="40" width="60" as="geometry">
            <mxRectangle height="40" width="60" as="alternateBounds" />
          </mxGeometry>
        </mxCell>
        <mxCell id="OGyqHwopQYcm-drxzkeR-43" parent="OGyqHwopQYcm-drxzkeR-41" style="shape=partialRectangle;html=1;whiteSpace=wrap;connectable=0;strokeColor=inherit;overflow=hidden;fillColor=none;top=0;left=0;bottom=0;right=0;pointerEvents=1;fontColor=light-dark(#000000,#20C2B5);fontStyle=1" value="materrial" vertex="1">
          <mxGeometry height="40" width="60" x="60" as="geometry">
            <mxRectangle height="40" width="60" as="alternateBounds" />
          </mxGeometry>
        </mxCell>
        <mxCell id="OGyqHwopQYcm-drxzkeR-44" parent="OGyqHwopQYcm-drxzkeR-41" style="shape=partialRectangle;html=1;whiteSpace=wrap;connectable=0;strokeColor=inherit;overflow=hidden;fillColor=none;top=0;left=0;bottom=0;right=0;pointerEvents=1;fontColor=#1D3557;rowspan=1;colspan=2;" value="" vertex="1">
          <mxGeometry height="40" width="158" x="120" as="geometry">
            <mxRectangle height="40" width="98" as="alternateBounds" />
          </mxGeometry>
        </mxCell>
        <mxCell id="OGyqHwopQYcm-drxzkeR-45" parent="OGyqHwopQYcm-drxzkeR-41" style="shape=partialRectangle;html=1;whiteSpace=wrap;connectable=0;strokeColor=inherit;overflow=hidden;fillColor=none;top=0;left=0;bottom=0;right=0;pointerEvents=1;fontColor=#1D3557;" vertex="1" visible="0">
          <mxGeometry height="40" width="60" x="218" as="geometry">
            <mxRectangle height="40" width="60" as="alternateBounds" />
          </mxGeometry>
        </mxCell>
        <mxCell id="OGyqHwopQYcm-drxzkeR-46" parent="OGyqHwopQYcm-drxzkeR-19" style="shape=tableRow;horizontal=0;startSize=0;swimlaneHead=0;swimlaneBody=0;strokeColor=inherit;top=0;left=0;bottom=0;right=0;collapsible=0;dropTarget=0;fillColor=none;points=[[0,0.5],[1,0.5]];portConstraint=eastwest;fixedHeader=1;fontColor=#1D3557;" vertex="1">
          <mxGeometry height="40" width="277.75" y="200" as="geometry" />
        </mxCell>
        <mxCell id="OGyqHwopQYcm-drxzkeR-47" parent="OGyqHwopQYcm-drxzkeR-46" style="shape=partialRectangle;html=1;whiteSpace=wrap;connectable=0;strokeColor=inherit;overflow=hidden;fillColor=none;top=0;left=0;bottom=0;right=0;pointerEvents=1;fontColor=light-dark(#000000,#20C2B5);fontStyle=1" value="name" vertex="1">
          <mxGeometry height="40" width="60" as="geometry">
            <mxRectangle height="40" width="60" as="alternateBounds" />
          </mxGeometry>
        </mxCell>
        <mxCell id="OGyqHwopQYcm-drxzkeR-48" parent="OGyqHwopQYcm-drxzkeR-46" style="shape=partialRectangle;html=1;whiteSpace=wrap;connectable=0;strokeColor=inherit;overflow=hidden;fillColor=none;top=0;left=0;bottom=0;right=0;pointerEvents=1;fontColor=#1D3557;rowspan=1;colspan=3;" value="&quot;Name of this mesh&quot;" vertex="1">
          <mxGeometry height="40" width="218" x="60" as="geometry">
            <mxRectangle height="40" width="60" as="alternateBounds" />
          </mxGeometry>
        </mxCell>
        <mxCell id="OGyqHwopQYcm-drxzkeR-49" parent="OGyqHwopQYcm-drxzkeR-46" style="shape=partialRectangle;html=1;whiteSpace=wrap;connectable=0;strokeColor=inherit;overflow=hidden;fillColor=none;top=0;left=0;bottom=0;right=0;pointerEvents=1;fontColor=#1D3557;" vertex="1" visible="0">
          <mxGeometry height="40" width="98" x="120" as="geometry">
            <mxRectangle height="40" width="98" as="alternateBounds" />
          </mxGeometry>
        </mxCell>
        <mxCell id="OGyqHwopQYcm-drxzkeR-50" parent="OGyqHwopQYcm-drxzkeR-46" style="shape=partialRectangle;html=1;whiteSpace=wrap;connectable=0;strokeColor=inherit;overflow=hidden;fillColor=none;top=0;left=0;bottom=0;right=0;pointerEvents=1;fontColor=#1D3557;" vertex="1" visible="0">
          <mxGeometry height="40" width="60" x="218" as="geometry">
            <mxRectangle height="40" width="60" as="alternateBounds" />
+           </mxGeometry>
+         </mxCell>
+         <mxCell id="OGyqHwopQYcm-drxzkeR-51" edge="1" parent="1" source="OGyqHwopQYcm-drxzkeR-20" style="edgeStyle=orthogonalEdgeStyle;rounded=1;orthogonalLoop=1;jettySize=auto;html=1;entryX=0.5;entryY=0;entryDx=0;entryDy=0;strokeColor=light-dark(#000000,#FFB570);fontSize=12;fontColor=#1D3557;startSize=8;endSize=8;fillColor=#A8DADC;" target="IMBELnrVSliVJA-H-ImH-16">
+           <mxGeometry relative="1" as="geometry">
+             <Array as="points">
+               <mxPoint x="-484" y="130" />
+               <mxPoint x="-484" y="39" />
+               <mxPoint x="-364" y="39" />
+             </Array>
          </mxGeometry>
        </mxCell>
      </root>
    </mxGraphModel>
  </diagram>
</mxfile>
